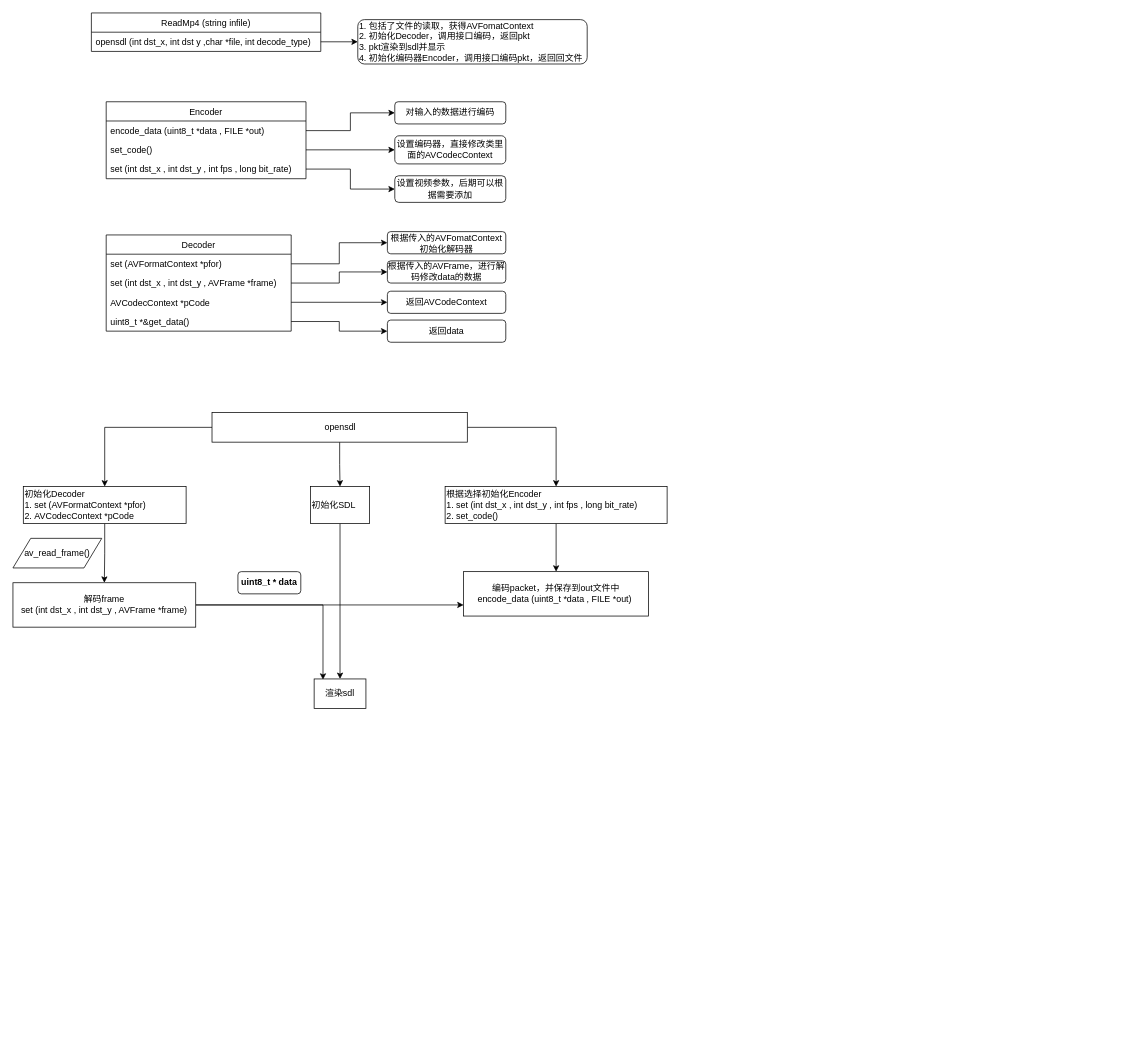
Before: code 2/video_lab.drawio in zhengzhengxin/xin_faith, a draw.io diagram. Source tidied: cells renumbered, new cells numbered last; positions are measured from the earlier drawing's top-left corner, leaving out a move shared by most shapes. Both pictures are drawn from the tidied source at 74%, with x=0, y=0 at pixel (13, 13).
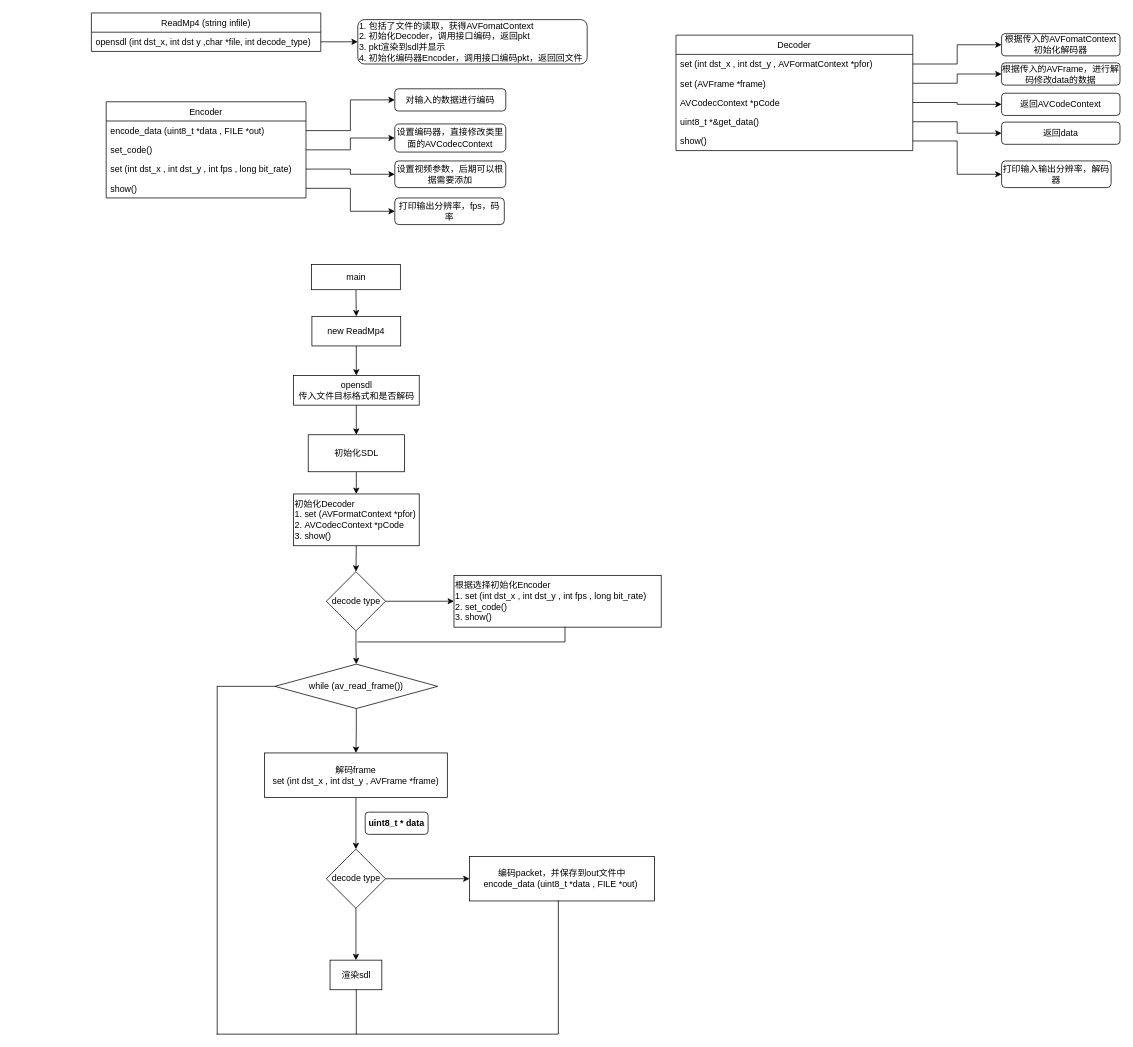
The same page after the edit.

What changed in the source:
```diff
@@
     <mxCell id="4" value="Encoder" style="swimlane;fontStyle=0;horizontal=1;startSize=26;fillColor=none;" parent="1" vertex="1">
-      <mxGeometry x="126" y="120" width="270" height="104" as="geometry" />
+      <mxGeometry x="126" y="120" width="270" height="130" as="geometry" />
     </mxCell>
@@
+    <mxCell id="47" value="show()" style="text;strokeColor=none;fillColor=none;align=left;verticalAlign=top;spacingLeft=4;spacingRight=4;overflow=hidden;points=[[0,0.5],[1,0.5]];portConstraint=eastwest;" parent="4" vertex="1">
+      <mxGeometry y="104" width="270" height="26" as="geometry" />
+    </mxCell>
     <mxCell id="8" value="Decoder" style="swimlane;fontStyle=0;horizontal=1;startSize=26;fillColor=none;" parent="1" vertex="1">
-      <mxGeometry x="126" y="300" width="250" height="130" as="geometry" />
+      <mxGeometry x="896" y="30" width="320" height="156" as="geometry" />
     </mxCell>
-    <mxCell id="9" value="set (AVFormatContext *pfor)" style="text;strokeColor=none;fillColor=none;align=left;verticalAlign=top;spacingLeft=4;spacingRight=4;overflow=hidden;points=[[0,0.5],[1,0.5]];portConstraint=eastwest;" parent="8" vertex="1">
-      <mxGeometry y="26" width="250" height="26" as="geometry" />
+    <mxCell id="9" value="set (int dst_x , int dst_y , AVFormatContext *pfor)" style="text;strokeColor=none;fillColor=none;align=left;verticalAlign=top;spacingLeft=4;spacingRight=4;overflow=hidden;points=[[0,0.5],[1,0.5]];portConstraint=eastwest;" parent="8" vertex="1">
+      <mxGeometry y="26" width="320" height="26" as="geometry" />
     </mxCell>
-    <mxCell id="10" value="set (int dst_x , int dst_y , AVFrame *frame)" style="text;strokeColor=none;fillColor=none;align=left;verticalAlign=top;spacingLeft=4;spacingRight=4;overflow=hidden;points=[[0,0.5],[1,0.5]];portConstraint=eastwest;" parent="8" vertex="1">
-      <mxGeometry y="52" width="250" height="26" as="geometry" />
+    <mxCell id="10" value="set (AVFrame *frame)" style="text;strokeColor=none;fillColor=none;align=left;verticalAlign=top;spacingLeft=4;spacingRight=4;overflow=hidden;points=[[0,0.5],[1,0.5]];portConstraint=eastwest;" parent="8" vertex="1">
+      <mxGeometry y="52" width="320" height="26" as="geometry" />
     </mxCell>
     <mxCell id="11" value="AVCodecContext *pCode" style="text;strokeColor=none;fillColor=none;align=left;verticalAlign=top;spacingLeft=4;spacingRight=4;overflow=hidden;points=[[0,0.5],[1,0.5]];portConstraint=eastwest;" parent="8" vertex="1">
-      <mxGeometry y="78" width="250" height="26" as="geometry" />
+      <mxGeometry y="78" width="320" height="26" as="geometry" />
     </mxCell>
     <mxCell id="12" value="uint8_t *&amp;get_data()" style="text;strokeColor=none;fillColor=none;align=left;verticalAlign=top;spacingLeft=4;spacingRight=4;overflow=hidden;points=[[0,0.5],[1,0.5]];portConstraint=eastwest;" parent="8" vertex="1">
-      <mxGeometry y="104" width="250" height="26" as="geometry" />
+      <mxGeometry y="104" width="320" height="26" as="geometry" />
     </mxCell>
+    <mxCell id="48" value="show()" style="text;strokeColor=none;fillColor=none;align=left;verticalAlign=top;spacingLeft=4;spacingRight=4;overflow=hidden;points=[[0,0.5],[1,0.5]];portConstraint=eastwest;" parent="8" vertex="1">
+      <mxGeometry y="130" width="320" height="26" as="geometry" />
+    </mxCell>
     <mxCell id="13" value="对输入的数据进行编码" style="rounded=1;whiteSpace=wrap;html=1;" parent="1" vertex="1">
-      <mxGeometry x="516" y="120" width="150" height="30" as="geometry" />
+      <mxGeometry x="516" y="102.5" width="150" height="30" as="geometry" />
     </mxCell>
     <mxCell id="14" value="设置编码器，直接修改类里面的AVCodecContext" style="rounded=1;whiteSpace=wrap;html=1;" parent="1" vertex="1">
-      <mxGeometry x="516" y="166" width="150" height="38" as="geometry" />
+      <mxGeometry x="516" y="150" width="150" height="38" as="geometry" />
     </mxCell>
@@
     <mxCell id="16" value="设置视频参数，后期可以根据需要添加" style="rounded=1;whiteSpace=wrap;html=1;" parent="1" vertex="1">
-      <mxGeometry x="516" y="220" width="150" height="36" as="geometry" />
+      <mxGeometry x="516" y="200" width="150" height="36" as="geometry" />
     </mxCell>
@@
     <mxCell id="21" value="根据传入的&lt;span style=&quot;text-align: left&quot;&gt;AVFomatContext初始化解码器&lt;/span&gt;" style="rounded=1;whiteSpace=wrap;html=1;" parent="1" vertex="1">
-      <mxGeometry x="506" y="295.5" width="160" height="30" as="geometry" />
+      <mxGeometry x="1336" y="28" width="160" height="30" as="geometry" />
     </mxCell>
     <mxCell id="22" value="根据传入的AVFrame，进行解码修改data的数据" style="rounded=1;whiteSpace=wrap;html=1;" parent="1" vertex="1">
-      <mxGeometry x="506" y="335" width="160" height="30" as="geometry" />
+      <mxGeometry x="1336" y="67.5" width="160" height="30" as="geometry" />
     </mxCell>
     <mxCell id="23" value="返回data" style="rounded=1;whiteSpace=wrap;html=1;" parent="1" vertex="1">
-      <mxGeometry x="506" y="415" width="160" height="30" as="geometry" />
+      <mxGeometry x="1336" y="147.5" width="160" height="30" as="geometry" />
     </mxCell>
     <mxCell id="24" value="返回AVCodeContext" style="rounded=1;whiteSpace=wrap;html=1;" parent="1" vertex="1">
-      <mxGeometry x="506" y="376" width="160" height="30" as="geometry" />
+      <mxGeometry x="1336" y="108.5" width="160" height="30" as="geometry" />
     </mxCell>
@@
-    <mxCell id="30" style="edgeStyle=orthogonalEdgeStyle;rounded=0;jettySize=auto;html=1;" parent="1" edge="1" source="32" target="34">
-      <mxGeometry relative="1" as="geometry" />
-    </mxCell>
-    <mxCell id="31" style="edgeStyle=orthogonalEdgeStyle;rounded=0;jettySize=auto;html=1;exitX=1;exitY=0.5;exitDx=0;exitDy=0;" parent="1" edge="1" source="32" target="38">
-      <mxGeometry relative="1" as="geometry" />
-    </mxCell>
-    <mxCell id="32" value="opensdl" style="html=1;" parent="1" vertex="1">
-      <mxGeometry x="269" y="540" width="345" height="40" as="geometry" />
+    <mxCell id="32" value="opensdl&lt;br&gt;传入文件目标格式和是否解码" style="html=1;" parent="1" vertex="1">
+      <mxGeometry x="379" y="490" width="170" height="40" as="geometry" />
     </mxCell>
-    <mxCell id="33" style="edgeStyle=orthogonalEdgeStyle;rounded=0;jettySize=auto;html=1;entryX=0.5;entryY=0;entryDx=0;entryDy=0;" parent="1" edge="1" source="34" target="41">
-      <mxGeometry relative="1" as="geometry" />
-    </mxCell>
+    <mxCell id="49" style="edgeStyle=orthogonalEdgeStyle;rounded=0;jettySize=auto;html=1;exitX=0.5;exitY=1;exitDx=0;exitDy=0;entryX=0.5;entryY=0;entryDx=0;entryDy=0;" parent="1" edge="1" source="34" target="58">
+      <mxGeometry relative="1" as="geometry" />
+    </mxCell>
-    <mxCell id="34" value="初始化Decoder&lt;br&gt;1.&amp;nbsp;&lt;span&gt;set (AVFormatContext *pfor)&lt;br&gt;2.&amp;nbsp;&lt;/span&gt;&lt;span&gt;AVCodecContext *pCode&lt;/span&gt;&lt;span&gt;&lt;br&gt;&lt;/span&gt;" style="html=1;align=left;" parent="1" vertex="1">
-      <mxGeometry x="14" y="640" width="220" height="50" as="geometry" />
+    <mxCell id="34" value="初始化Decoder&lt;br&gt;1.&amp;nbsp;&lt;span&gt;set (AVFormatContext *pfor)&lt;br&gt;2.&amp;nbsp;&lt;/span&gt;&lt;span&gt;AVCodecContext *pCode&lt;br&gt;&lt;/span&gt;&lt;span&gt;3. show()&lt;br&gt;&lt;/span&gt;" style="html=1;align=left;" parent="1" vertex="1">
+      <mxGeometry x="379" y="650" width="170" height="70" as="geometry" />
     </mxCell>
-    <mxCell id="35" style="edgeStyle=orthogonalEdgeStyle;rounded=0;jettySize=auto;html=1;entryX=0.5;entryY=0;entryDx=0;entryDy=0;startArrow=none;startFill=0;endArrow=classic;endFill=1;" parent="1" edge="1" source="36" target="44">
-      <mxGeometry relative="1" as="geometry" />
-    </mxCell>
+    <mxCell id="50" style="edgeStyle=orthogonalEdgeStyle;rounded=0;jettySize=auto;html=1;exitX=0.5;exitY=1;exitDx=0;exitDy=0;entryX=0.5;entryY=0;entryDx=0;entryDy=0;" parent="1" edge="1" source="36" target="34">
+      <mxGeometry relative="1" as="geometry" />
+    </mxCell>
-    <mxCell id="36" value="初始化SDL&lt;span&gt;&lt;br&gt;&lt;/span&gt;" style="html=1;align=left;" parent="1" vertex="1">
-      <mxGeometry x="402" y="640" width="80" height="50" as="geometry" />
+    <mxCell id="36" value="初始化SDL&lt;span&gt;&lt;br&gt;&lt;/span&gt;" style="html=1;align=center;" parent="1" vertex="1">
+      <mxGeometry x="399" y="570" width="130" height="50" as="geometry" />
     </mxCell>
-    <mxCell id="37" style="edgeStyle=orthogonalEdgeStyle;rounded=0;jettySize=auto;html=1;exitX=0.5;exitY=1;exitDx=0;exitDy=0;entryX=0.5;entryY=0;entryDx=0;entryDy=0;startArrow=none;startFill=0;endArrow=classic;endFill=1;" parent="1" edge="1" source="38" target="46">
-      <mxGeometry relative="1" as="geometry" />
-    </mxCell>
-    <mxCell id="38" value="根据选择初始化Encoder&lt;br&gt;1.&amp;nbsp;&lt;span&gt;set (int dst_x , int dst_y , int fps , long bit_rate)&lt;br&gt;2.&amp;nbsp;&lt;/span&gt;&lt;span&gt;set_code()&lt;/span&gt;&lt;span&gt;&lt;br&gt;&lt;/span&gt;" style="html=1;align=left;" parent="1" vertex="1">
-      <mxGeometry x="584" y="640" width="300" height="50" as="geometry" />
+    <mxCell id="38" value="根据选择初始化Encoder&lt;br&gt;1.&amp;nbsp;&lt;span&gt;set (int dst_x , int dst_y , int fps , long bit_rate)&lt;br&gt;2.&amp;nbsp;&lt;/span&gt;&lt;span&gt;set_code()&lt;br&gt;&lt;/span&gt;&lt;span&gt;3. show()&lt;br&gt;&lt;/span&gt;" style="html=1;align=left;" parent="1" vertex="1">
+      <mxGeometry x="596" y="760" width="280" height="70" as="geometry" />
     </mxCell>
-    <mxCell id="39" style="edgeStyle=orthogonalEdgeStyle;rounded=0;jettySize=auto;html=1;entryX=0.171;entryY=0.025;entryDx=0;entryDy=0;entryPerimeter=0;startArrow=none;startFill=0;endArrow=classic;endFill=1;" parent="1" edge="1" source="41" target="44">
-      <mxGeometry relative="1" as="geometry" />
-    </mxCell>
-    <mxCell id="40" style="edgeStyle=orthogonalEdgeStyle;rounded=0;jettySize=auto;html=1;entryX=0;entryY=0.75;entryDx=0;entryDy=0;startArrow=none;startFill=0;endArrow=classic;endFill=1;" parent="1" edge="1" source="41" target="46">
-      <mxGeometry relative="1" as="geometry" />
-    </mxCell>
+    <mxCell id="51" style="edgeStyle=orthogonalEdgeStyle;rounded=0;jettySize=auto;html=1;exitX=0.5;exitY=1;exitDx=0;exitDy=0;" parent="1" edge="1" source="41" target="61">
+      <mxGeometry relative="1" as="geometry" />
+    </mxCell>
     <mxCell id="41" value="解码frame&lt;br&gt;&lt;span style=&quot;text-align: left ; white-space: nowrap&quot;&gt;set (int dst_x , int dst_y , AVFrame *frame)&lt;/span&gt;" style="rounded=0;whiteSpace=wrap;html=1;" parent="1" vertex="1">
-      <mxGeometry y="770" width="247" height="60" as="geometry" />
+      <mxGeometry x="340" y="1000" width="247" height="60" as="geometry" />
     </mxCell>
-    <mxCell id="42" value="&lt;span style=&quot;white-space: normal&quot;&gt;av_read_frame()&lt;/span&gt;" style="shape=parallelogram;perimeter=parallelogramPerimeter;whiteSpace=wrap;html=1;" parent="1" vertex="1">
-      <mxGeometry y="710" width="120" height="40" as="geometry" />
-    </mxCell>
-    <mxCell id="43" style="edgeStyle=orthogonalEdgeStyle;rounded=0;orthogonalLoop=1;jettySize=auto;html=1;exitX=0.5;exitY=1;exitDx=0;exitDy=0;" parent="1" edge="1" source="42" target="42">
-      <mxGeometry relative="1" as="geometry" />
+    <mxCell id="43" style="edgeStyle=orthogonalEdgeStyle;rounded=0;orthogonalLoop=1;jettySize=auto;html=1;exitX=0.5;exitY=1;exitDx=0;exitDy=0;" parent="1" edge="1">
+      <mxGeometry relative="1" as="geometry">
+        <mxPoint x="62" y="930" as="sourcePoint" />
+        <mxPoint x="62" y="930" as="targetPoint" />
+      </mxGeometry>
     </mxCell>
     <mxCell id="44" value="渲染sdl" style="rounded=0;whiteSpace=wrap;html=1;" parent="1" vertex="1">
-      <mxGeometry x="407" y="900" width="70" height="40" as="geometry" />
+      <mxGeometry x="428.5" y="1280" width="70" height="40" as="geometry" />
     </mxCell>
     <mxCell id="45" value="&lt;span style=&quot;text-align: left&quot;&gt;&lt;b&gt;uint8_t * data&lt;/b&gt;&lt;/span&gt;" style="rounded=1;whiteSpace=wrap;html=1;" parent="1" vertex="1">
-      <mxGeometry x="304" y="755" width="85" height="30" as="geometry" />
+      <mxGeometry x="476" y="1080" width="85" height="30" as="geometry" />
     </mxCell>
     <mxCell id="46" value="编码packet，并保存到out文件中&lt;br&gt;&lt;span style=&quot;text-align: left ; white-space: nowrap&quot;&gt;encode_data (uint8_t *data , FILE *out)&amp;nbsp;&lt;/span&gt;" style="rounded=0;whiteSpace=wrap;html=1;" parent="1" vertex="1">
-      <mxGeometry x="609" y="755" width="250" height="60" as="geometry" />
+      <mxGeometry x="617" y="1140" width="250" height="60" as="geometry" />
     </mxCell>
+    <mxCell id="52" style="edgeStyle=orthogonalEdgeStyle;rounded=0;jettySize=auto;html=1;exitX=0.5;exitY=1;exitDx=0;exitDy=0;entryX=0.5;entryY=0;entryDx=0;entryDy=0;" parent="1" edge="1" source="53" target="55">
+      <mxGeometry relative="1" as="geometry" />
+    </mxCell>
+    <mxCell id="53" value="main" style="rounded=0;whiteSpace=wrap;html=1;" parent="1" vertex="1">
+      <mxGeometry x="403.5" y="340" width="120" height="34" as="geometry" />
+    </mxCell>
+    <mxCell id="54" style="edgeStyle=orthogonalEdgeStyle;rounded=0;jettySize=auto;html=1;exitX=0.5;exitY=1;exitDx=0;exitDy=0;entryX=0.5;entryY=0;entryDx=0;entryDy=0;" parent="1" edge="1" source="55" target="32">
+      <mxGeometry relative="1" as="geometry" />
+    </mxCell>
+    <mxCell id="55" value="new ReadMp4" style="rounded=0;whiteSpace=wrap;html=1;" parent="1" vertex="1">
+      <mxGeometry x="404" y="410" width="120" height="40" as="geometry" />
+    </mxCell>
+    <mxCell id="56" style="edgeStyle=orthogonalEdgeStyle;rounded=0;jettySize=auto;html=1;exitX=1;exitY=0.5;exitDx=0;exitDy=0;entryX=0;entryY=0.5;entryDx=0;entryDy=0;" parent="1" edge="1" source="58" target="38">
+      <mxGeometry relative="1" as="geometry" />
+    </mxCell>
+    <mxCell id="57" style="edgeStyle=orthogonalEdgeStyle;rounded=0;jettySize=auto;html=1;exitX=0.5;exitY=1;exitDx=0;exitDy=0;entryX=0.5;entryY=0;entryDx=0;entryDy=0;" parent="1" edge="1" source="58" target="63">
+      <mxGeometry relative="1" as="geometry" />
+    </mxCell>
+    <mxCell id="58" value="decode type" style="rhombus;whiteSpace=wrap;html=1;" parent="1" vertex="1">
+      <mxGeometry x="423.5" y="755" width="80" height="80" as="geometry" />
+    </mxCell>
+    <mxCell id="59" style="edgeStyle=orthogonalEdgeStyle;rounded=0;jettySize=auto;html=1;entryX=0.5;entryY=0;entryDx=0;entryDy=0;" parent="1" edge="1" source="61" target="44">
+      <mxGeometry relative="1" as="geometry" />
+    </mxCell>
+    <mxCell id="60" style="edgeStyle=orthogonalEdgeStyle;rounded=0;jettySize=auto;html=1;entryX=0;entryY=0.5;entryDx=0;entryDy=0;" parent="1" edge="1" source="61" target="46">
+      <mxGeometry relative="1" as="geometry" />
+    </mxCell>
+    <mxCell id="61" value="decode type" style="rhombus;whiteSpace=wrap;html=1;" parent="1" vertex="1">
+      <mxGeometry x="423.5" y="1130" width="80" height="80" as="geometry" />
+    </mxCell>
+    <mxCell id="62" style="edgeStyle=orthogonalEdgeStyle;rounded=0;jettySize=auto;html=1;entryX=0.5;entryY=0;entryDx=0;entryDy=0;" parent="1" edge="1" source="63" target="41">
+      <mxGeometry relative="1" as="geometry" />
+    </mxCell>
+    <mxCell id="63" value="while (av_read_frame())" style="rhombus;whiteSpace=wrap;html=1;" parent="1" vertex="1">
+      <mxGeometry x="354" y="880" width="220" height="60" as="geometry" />
+    </mxCell>
+    <mxCell id="64" style="shape=partialRectangle;whiteSpace=wrap;html=1;top=0;left=0;fillColor=none;" parent="1" vertex="1">
+      <mxGeometry x="466" y="830" width="280" height="20" as="geometry" />
+    </mxCell>
+    <mxCell id="65" style="edgeStyle=orthogonalEdgeStyle;rounded=0;orthogonalLoop=1;jettySize=auto;html=1;exitX=0.5;exitY=1;exitDx=0;exitDy=0;" parent="1" edge="1" source="64" target="64">
+      <mxGeometry relative="1" as="geometry" />
+    </mxCell>
+    <mxCell id="66" style="endArrow=none;html=1;" parent="1" edge="1">
+      <mxGeometry relative="1" as="geometry">
+        <mxPoint x="276" y="910" as="sourcePoint" />
+        <mxPoint x="354" y="910" as="targetPoint" />
+      </mxGeometry>
+    </mxCell>
+    <mxCell id="67" style="shape=partialRectangle;whiteSpace=wrap;html=1;right=0;top=0;bottom=0;fillColor=none;routingCenterX=-0.5;" parent="1" vertex="1">
+      <mxGeometry x="276" y="910" width="120" height="470" as="geometry" />
+    </mxCell>
+    <mxCell id="68" style="shape=partialRectangle;whiteSpace=wrap;html=1;top=0;left=0;fillColor=none;" parent="1" vertex="1">
+      <mxGeometry x="276" y="1320" width="188" height="60" as="geometry" />
+    </mxCell>
+    <mxCell id="69" style="shape=partialRectangle;whiteSpace=wrap;html=1;top=0;left=0;fillColor=none;" parent="1" vertex="1">
+      <mxGeometry x="464" y="1200" width="273" height="180" as="geometry" />
+    </mxCell>
+    <mxCell id="70" value="打印输出分辨率，fps，码率" style="rounded=1;whiteSpace=wrap;html=1;" parent="1" vertex="1">
+      <mxGeometry x="516" y="250" width="148" height="36" as="geometry" />
+    </mxCell>
+    <mxCell id="71" style="edgeStyle=orthogonalEdgeStyle;rounded=0;jettySize=auto;html=1;exitX=1;exitY=0.5;exitDx=0;exitDy=0;" parent="1" edge="1" source="47" target="70">
+      <mxGeometry relative="1" as="geometry" />
+    </mxCell>
+    <mxCell id="72" value="打印输入输出分辨率，解码器" style="rounded=1;whiteSpace=wrap;html=1;" parent="1" vertex="1">
+      <mxGeometry x="1336" y="200" width="148" height="36" as="geometry" />
+    </mxCell>
+    <mxCell id="73" style="edgeStyle=orthogonalEdgeStyle;rounded=0;jettySize=auto;html=1;exitX=1;exitY=0.5;exitDx=0;exitDy=0;entryX=0;entryY=0.5;entryDx=0;entryDy=0;" parent="1" edge="1" source="48" target="72">
+      <mxGeometry relative="1" as="geometry" />
+    </mxCell>
```
